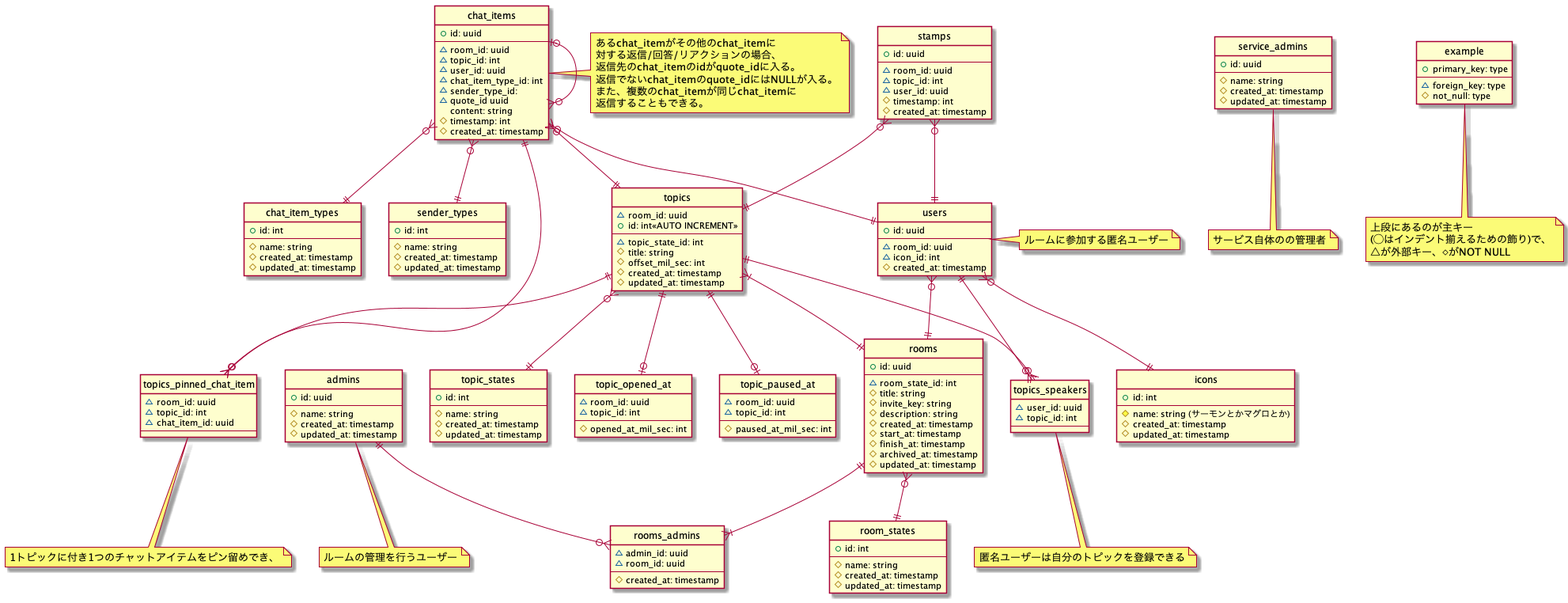
Earlier version of the PlantUML export doc/ER/ER_logic.png (osushi-academy/sushi-chat).
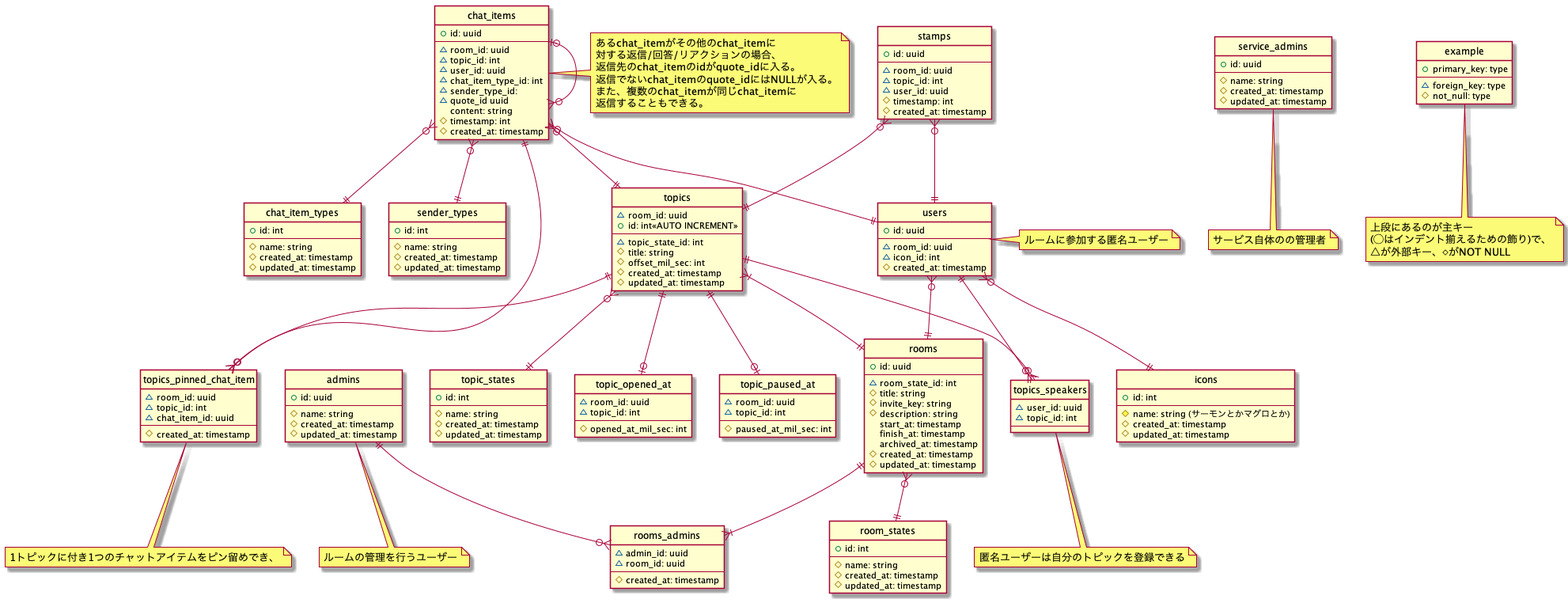
After the change.

What changed in the source:
```diff
@@ -59,10 +59,10 @@
     #title: string
     #invite_key: string
     #description: string
+    start_at: timestamp
+    finish_at: timestamp
+    archived_at: timestamp
     #created_at: timestamp
-    #start_at: timestamp
-    #finish_at: timestamp
-    #archived_at: timestamp
     #updated_at: timestamp
 }
 
@@ -90,6 +90,7 @@
     ~topic_id: int
     ~chat_item_id: uuid
     --
+    #created_at: timestamp
 }
 note bottom of topics_pinned_chat_item
   1トピックに付き1つのチャットアイテムをピン留めでき、
```
